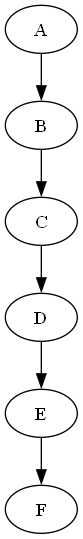
Earlier version of the Graphviz export Python-Compiler/diagram.dot.png (RR3Z/Python-Compiler). Its source is kept beside it as Python-Compiler/diagram.dot.
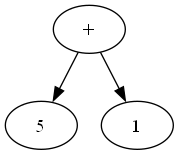
The same file after the commit.

The edit, as a diff of the source:
```diff
@@ -1,7 +1,8 @@
 digraph G {
-  A -> B;
-  B -> C;
-  C -> D;
-  D -> E;
-  E -> F;
+0 [label="5"]
+1 [label="1"]
+2 [label="+"]
+2->0
+2->1
+
 }
```
